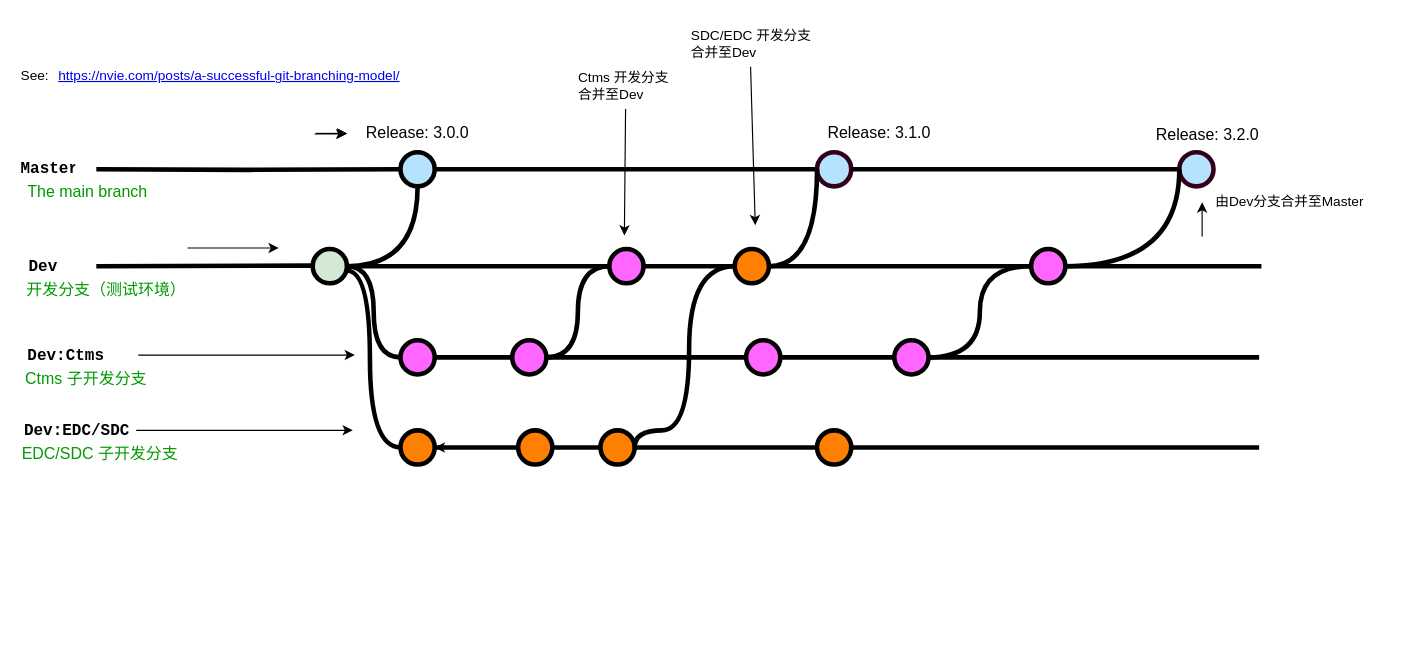
Before: Itrial Git Flow.drawio in hqbly000/test1, a draw.io diagram. Source tidied: cells renumbered, new cells numbered last; positions are measured from the earlier drawing's top-left corner, leaving out a move shared by most shapes. Both pictures are drawn from the tidied source at 114%, with x=0, y=0 at pixel (18, 19).
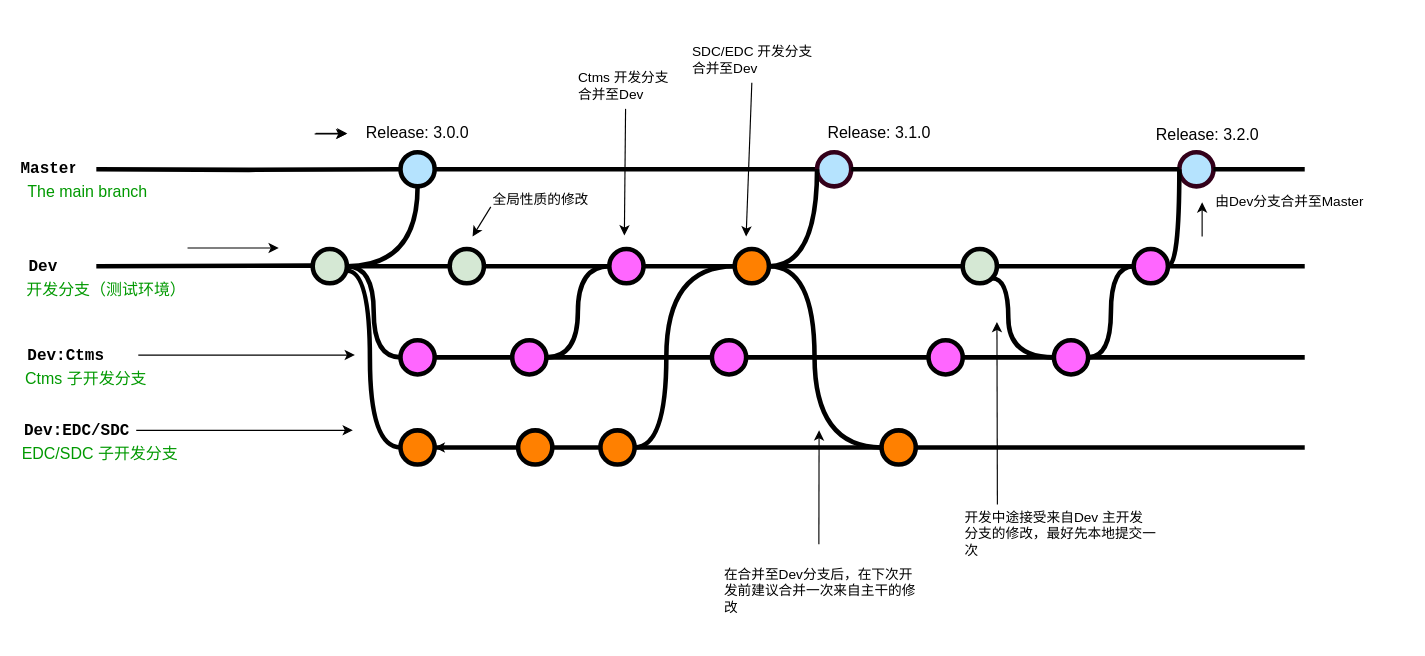
The same diagram, later.

Unchanged cells that the change refers to:
```xml
<mxCell id="3" style="verticalLabelPosition=bottom;verticalAlign=top;html=1;strokeWidth=4;shape=mxgraph.flowchart.on-page_reference;plain-blue;gradientColor=none;strokeColor=#33001A;fillColor=#B5E3FE;" parent="1" vertex="1">
  <mxGeometry x="1018" y="116" width="30" height="30" as="geometry" />
</mxCell>
<mxCell id="7" style="verticalLabelPosition=bottom;verticalAlign=top;html=1;strokeWidth=4;shape=mxgraph.flowchart.on-page_reference;plain-purple;gradientColor=none;strokeColor=#000000;fillColor=#D5E8D4;" parent="1" vertex="1">
  <mxGeometry x="257.8" y="201" width="30" height="30" as="geometry" />
</mxCell>
<mxCell id="37" style="verticalLabelPosition=bottom;verticalAlign=top;html=1;strokeWidth=4;shape=mxgraph.flowchart.on-page_reference;plain-purple;gradientColor=none;strokeColor=#000000;fillColor=#FF8000;" parent="1" vertex="1">
  <mxGeometry x="510.2" y="360" width="30" height="30" as="geometry" />
</mxCell>
<mxCell id="47" style="verticalLabelPosition=bottom;verticalAlign=top;html=1;strokeWidth=4;shape=mxgraph.flowchart.on-page_reference;plain-purple;gradientColor=none;strokeColor=#000000;fillColor=#FF66FF;" parent="1" vertex="1">
  <mxGeometry x="518" y="201" width="30" height="30" as="geometry" />
</mxCell>
<mxCell id="51" style="verticalLabelPosition=bottom;verticalAlign=top;html=1;strokeWidth=4;shape=mxgraph.flowchart.on-page_reference;plain-purple;gradientColor=none;strokeColor=#000000;fillColor=#FF8000;" parent="1" vertex="1">
  <mxGeometry x="628" y="201" width="30" height="30" as="geometry" />
</mxCell>
```

Change to the diagram source:
```diff
@@
-    <mxCell id="6" style="edgeStyle=orthogonalEdgeStyle;curved=1;rounded=0;html=1;exitX=1;exitY=0.5;exitPerimeter=0;endArrow=none;endFill=0;jettySize=auto;strokeWidth=4;fontSize=15;entryX=0;entryY=0.5;entryDx=0;entryDy=0;entryPerimeter=0;" parent="1" edge="1" source="7" target="47">
+    <mxCell id="6" style="edgeStyle=orthogonalEdgeStyle;curved=1;rounded=0;html=1;exitX=1;exitY=0.5;exitPerimeter=0;endArrow=none;endFill=0;jettySize=auto;strokeWidth=4;fontSize=15;entryX=0;entryY=0.5;entryDx=0;entryDy=0;entryPerimeter=0;startArrow=none;" parent="1" edge="1" source="71" target="47">
       <mxGeometry relative="1" as="geometry" />
     </mxCell>
@@
-    <mxCell id="14" style="edgeStyle=orthogonalEdgeStyle;curved=1;rounded=0;jettySize=auto;html=1;endArrow=none;endFill=0;strokeWidth=4;fontFamily=Courier New;fontColor=#009900;" parent="1" edge="1" source="15" target="17">
+    <mxCell id="14" style="edgeStyle=orthogonalEdgeStyle;curved=1;rounded=0;jettySize=auto;html=1;endArrow=none;endFill=0;strokeWidth=4;fontFamily=Courier New;fontColor=#009900;startArrow=none;" parent="1" edge="1" source="76" target="17">
       <mxGeometry relative="1" as="geometry" />
     </mxCell>
     <mxCell id="15" style="verticalLabelPosition=bottom;verticalAlign=top;html=1;strokeWidth=4;shape=mxgraph.flowchart.on-page_reference;plain-purple;gradientColor=none;strokeColor=#000000;fillColor=#FF66FF;" parent="1" vertex="1">
-      <mxGeometry x="638" y="281" width="30" height="30" as="geometry" />
+      <mxGeometry x="608" y="281" width="30" height="30" as="geometry" />
     </mxCell>
@@
     <mxCell id="17" style="verticalLabelPosition=bottom;verticalAlign=top;html=1;strokeWidth=4;shape=mxgraph.flowchart.on-page_reference;plain-purple;gradientColor=none;strokeColor=#000000;fillColor=#FF66FF;" parent="1" vertex="1">
-      <mxGeometry x="768" y="281" width="30" height="30" as="geometry" />
+      <mxGeometry x="908" y="281" width="30" height="30" as="geometry" />
     </mxCell>
@@
     <mxCell id="26" style="verticalLabelPosition=bottom;verticalAlign=top;html=1;strokeWidth=4;shape=mxgraph.flowchart.on-page_reference;plain-purple;gradientColor=none;strokeColor=#000000;fillColor=#FF66FF;" parent="1" vertex="1">
-      <mxGeometry x="888" y="201" width="30" height="30" as="geometry" />
+      <mxGeometry x="978" y="201" width="30" height="30" as="geometry" />
     </mxCell>
@@
     <mxCell id="28" style="endArrow=classic;html=1;strokeWidth=1;fontFamily=Courier New;fontColor=#009900;exitX=0.5;exitY=1;exitDx=0;exitDy=0;" parent="1" edge="1" source="57">
       <mxGeometry relative="1" as="geometry">
-        <mxPoint x="646" y="180" as="targetPoint" />
+        <mxPoint x="638" y="190" as="targetPoint" />
       </mxGeometry>
     </mxCell>
@@
-    <mxCell id="30" value="&lt;a href=&quot;https://nvie.com/posts/a-successful-git-branching-model/&quot;&gt;https://nvie.com/posts/a-successful-git-branching-model/&lt;/a&gt;" style="text;whiteSpace=wrap;html=1;" parent="1" vertex="1">
-      <mxGeometry x="33" y="35" width="355" height="20" as="geometry" />
-    </mxCell>
-    <mxCell id="31" value="See:" style="text;whiteSpace=wrap;html=1;" parent="1" vertex="1">
-      <mxGeometry x="0.2" y="35" width="32.8" height="20" as="geometry" />
-    </mxCell>
@@
-    <mxCell id="48" style="edgeStyle=orthogonalEdgeStyle;curved=1;rounded=0;html=1;endArrow=none;endFill=0;jettySize=auto;strokeWidth=4;fontSize=15;exitX=1;exitY=0.5;exitDx=0;exitDy=0;exitPerimeter=0;startArrow=none;" parent="1" edge="1" source="51" target="26">
+    <mxCell id="48" style="edgeStyle=orthogonalEdgeStyle;curved=1;rounded=0;html=1;endArrow=none;endFill=0;jettySize=auto;strokeWidth=4;fontSize=15;exitX=1;exitY=0.5;exitDx=0;exitDy=0;exitPerimeter=0;startArrow=none;" parent="1" edge="1" source="66" target="26">
       <mxGeometry relative="1" as="geometry" />
     </mxCell>
@@
     <mxCell id="50" style="edgeStyle=orthogonalEdgeStyle;curved=1;rounded=0;jettySize=auto;html=1;endArrow=none;endFill=0;strokeWidth=4;exitX=1;exitY=0.5;exitDx=0;exitDy=0;exitPerimeter=0;entryX=0;entryY=0.5;entryDx=0;entryDy=0;entryPerimeter=0;" parent="1" edge="1" source="37" target="51">
       <mxGeometry relative="1" as="geometry">
         <Array as="points">
-          <mxPoint x="540" y="360" />
-          <mxPoint x="588" y="360" />
-          <mxPoint x="588" y="216" />
+          <mxPoint x="568" y="375" />
+          <mxPoint x="568" y="216" />
         </Array>
       </mxGeometry>
     </mxCell>
@@
     <mxCell id="53" style="verticalLabelPosition=bottom;verticalAlign=top;html=1;strokeWidth=4;shape=mxgraph.flowchart.on-page_reference;plain-purple;gradientColor=none;strokeColor=#000000;fillColor=#FF8000;" parent="1" vertex="1">
-      <mxGeometry x="700.2" y="360" width="30" height="30" as="geometry" />
+      <mxGeometry x="756.8" y="360" width="30" height="30" as="geometry" />
     </mxCell>
@@
     <mxCell id="55" style="edgeStyle=orthogonalEdgeStyle;curved=1;rounded=0;jettySize=auto;html=1;endArrow=none;endFill=0;strokeWidth=4;exitX=1;exitY=0.5;exitDx=0;exitDy=0;exitPerimeter=0;" parent="1" edge="1" source="53">
       <mxGeometry relative="1" as="geometry">
-        <mxPoint x="1088" y="375" as="targetPoint" />
+        <mxPoint x="1128" y="375" as="targetPoint" />
       </mxGeometry>
     </mxCell>
     <mxCell id="56" style="edgeStyle=orthogonalEdgeStyle;curved=1;rounded=0;jettySize=auto;html=1;endArrow=none;endFill=0;strokeWidth=4;exitX=1;exitY=0.5;exitDx=0;exitDy=0;exitPerimeter=0;" parent="1" edge="1" source="17">
       <mxGeometry relative="1" as="geometry">
-        <mxPoint x="1088" y="296" as="targetPoint" />
+        <mxPoint x="1128" y="296" as="targetPoint" />
       </mxGeometry>
     </mxCell>
     <mxCell id="57" value="&lt;span style=&quot;text-align: center&quot;&gt;SDC/EDC 开发分支合并至Dev&lt;br&gt;&lt;/span&gt;" style="text;html=1;strokeColor=none;fillColor=none;align=left;verticalAlign=middle;whiteSpace=wrap;overflow=hidden;fontSize=12;fontStyle=0;fontColor=#000000;" parent="1" vertex="1">
-      <mxGeometry x="587.5" width="108.8" height="41" as="geometry" />
+      <mxGeometry x="588.6" y="14" width="108.8" height="41" as="geometry" />
     </mxCell>
@@
     <mxCell id="59" style="edgeStyle=orthogonalEdgeStyle;curved=1;rounded=0;jettySize=auto;html=1;endArrow=none;endFill=0;strokeWidth=4;" parent="1" edge="1" source="26">
       <mxGeometry relative="1" as="geometry">
-        <mxPoint x="1090" y="216" as="targetPoint" />
+        <mxPoint x="1128" y="216" as="targetPoint" />
       </mxGeometry>
     </mxCell>
@@
+    <mxCell id="66" style="verticalLabelPosition=bottom;verticalAlign=top;html=1;strokeWidth=4;shape=mxgraph.flowchart.on-page_reference;plain-purple;gradientColor=none;strokeColor=#000000;fillColor=#D5E8D4;" parent="1" vertex="1">
+      <mxGeometry x="828" y="201" width="30" height="30" as="geometry" />
+    </mxCell>
+    <mxCell id="67" style="edgeStyle=orthogonalEdgeStyle;curved=1;rounded=0;html=1;endArrow=none;endFill=0;jettySize=auto;strokeWidth=4;fontSize=15;exitX=1;exitY=0.5;exitDx=0;exitDy=0;exitPerimeter=0;startArrow=none;" parent="1" edge="1" source="51" target="66">
+      <mxGeometry relative="1" as="geometry" />
+    </mxCell>
+    <mxCell id="68" style="edgeStyle=orthogonalEdgeStyle;curved=1;rounded=0;html=1;endArrow=none;endFill=0;jettySize=auto;strokeWidth=4;fontSize=15;startArrow=none;entryX=0;entryY=0.5;entryDx=0;entryDy=0;entryPerimeter=0;" parent="1" edge="1" source="51" target="53">
+      <mxGeometry relative="1" as="geometry">
+        <Array as="points">
+          <mxPoint x="698" y="216" />
+          <mxPoint x="698" y="375" />
+        </Array>
+      </mxGeometry>
+    </mxCell>
+    <mxCell id="69" style="endArrow=classic;html=1;strokeWidth=1;fontFamily=Courier New;fontColor=#009900;exitX=0.5;exitY=0;exitDx=0;exitDy=0;" parent="1" edge="1" source="70">
+      <mxGeometry relative="1" as="geometry">
+        <mxPoint x="702" y="360" as="targetPoint" />
+      </mxGeometry>
+    </mxCell>
+    <mxCell id="70" value="&lt;span style=&quot;text-align: center&quot;&gt;在合并至Dev分支后，在下次开发前建议合并一次来自主干的修改&lt;br&gt;&lt;/span&gt;" style="text;html=1;strokeColor=none;fillColor=none;align=left;verticalAlign=middle;whiteSpace=wrap;overflow=hidden;fontSize=12;fontStyle=0;fontColor=#000000;" parent="1" vertex="1">
+      <mxGeometry x="616.8" y="460" width="170" height="81" as="geometry" />
+    </mxCell>
+    <mxCell id="71" style="verticalLabelPosition=bottom;verticalAlign=top;html=1;strokeWidth=4;shape=mxgraph.flowchart.on-page_reference;plain-purple;gradientColor=none;strokeColor=#000000;fillColor=#D5E8D4;" parent="1" vertex="1">
+      <mxGeometry x="378" y="201" width="30" height="30" as="geometry" />
+    </mxCell>
+    <mxCell id="72" style="edgeStyle=orthogonalEdgeStyle;curved=1;rounded=0;html=1;exitX=1;exitY=0.5;exitPerimeter=0;endArrow=none;endFill=0;jettySize=auto;strokeWidth=4;fontSize=15;entryX=0;entryY=0.5;entryDx=0;entryDy=0;entryPerimeter=0;" parent="1" edge="1" source="7" target="71">
+      <mxGeometry relative="1" as="geometry" />
+    </mxCell>
+    <mxCell id="73" style="endArrow=classic;html=1;strokeWidth=1;fontFamily=Courier New;fontColor=#009900;exitX=0;exitY=0.75;exitDx=0;exitDy=0;" parent="1" edge="1" source="74">
+      <mxGeometry relative="1" as="geometry">
+        <mxPoint x="398" y="190" as="targetPoint" />
+      </mxGeometry>
+    </mxCell>
+    <mxCell id="74" value="&lt;span style=&quot;text-align: center&quot;&gt;全局性质的修改&lt;br&gt;&lt;/span&gt;" style="text;html=1;strokeColor=none;fillColor=none;align=left;verticalAlign=middle;whiteSpace=wrap;overflow=hidden;fontSize=12;fontStyle=0;fontColor=#000000;" parent="1" vertex="1">
+      <mxGeometry x="414" y="146" width="108.8" height="24" as="geometry" />
+    </mxCell>
+    <mxCell id="75" style="edgeStyle=orthogonalEdgeStyle;curved=1;rounded=0;jettySize=auto;html=1;entryX=0.855;entryY=0.855;entryDx=0;entryDy=0;entryPerimeter=0;endArrow=none;endFill=0;strokeWidth=4;fontFamily=Courier New;fontColor=#009900;exitX=0;exitY=0.5;exitDx=0;exitDy=0;exitPerimeter=0;" parent="1" edge="1" source="17" target="66">
+      <mxGeometry relative="1" as="geometry">
+        <Array as="points">
+          <mxPoint x="868" y="296" />
+          <mxPoint x="868" y="227" />
+        </Array>
+      </mxGeometry>
+    </mxCell>
+    <mxCell id="76" style="verticalLabelPosition=bottom;verticalAlign=top;html=1;strokeWidth=4;shape=mxgraph.flowchart.on-page_reference;plain-purple;gradientColor=none;strokeColor=#000000;fillColor=#FF66FF;" parent="1" vertex="1">
+      <mxGeometry x="798" y="281" width="30" height="30" as="geometry" />
+    </mxCell>
+    <mxCell id="77" style="edgeStyle=orthogonalEdgeStyle;curved=1;rounded=0;jettySize=auto;html=1;endArrow=none;endFill=0;strokeWidth=4;fontFamily=Courier New;fontColor=#009900;" parent="1" edge="1" source="15" target="76">
+      <mxGeometry relative="1" as="geometry" />
+    </mxCell>
+    <mxCell id="78" style="endArrow=classic;html=1;strokeWidth=1;fontFamily=Courier New;fontColor=#009900;exitX=0.5;exitY=0;exitDx=0;exitDy=0;" parent="1" edge="1">
+      <mxGeometry relative="1" as="geometry">
+        <mxPoint x="858.4" y="425" as="sourcePoint" />
+        <mxPoint x="858" y="265" as="targetPoint" />
+      </mxGeometry>
+    </mxCell>
+    <mxCell id="79" value="&lt;span style=&quot;text-align: center&quot;&gt;开发中途接受来自Dev 主开发分支的修改，最好先本地提交一次&lt;br&gt;&lt;/span&gt;" style="text;html=1;strokeColor=none;fillColor=none;align=left;verticalAlign=middle;whiteSpace=wrap;overflow=hidden;fontSize=12;fontStyle=0;fontColor=#000000;" parent="1" vertex="1">
+      <mxGeometry x="828" y="410" width="170" height="81" as="geometry" />
+    </mxCell>
+    <mxCell id="80" style="edgeStyle=orthogonalEdgeStyle;rounded=0;jettySize=auto;html=1;fontSize=15;endArrow=none;endFill=0;strokeWidth=4;exitX=1;exitY=0.5;exitDx=0;exitDy=0;exitPerimeter=0;" parent="1" edge="1" source="3">
+      <mxGeometry relative="1" as="geometry">
+        <mxPoint x="1128" y="131" as="targetPoint" />
+      </mxGeometry>
+    </mxCell>
```
